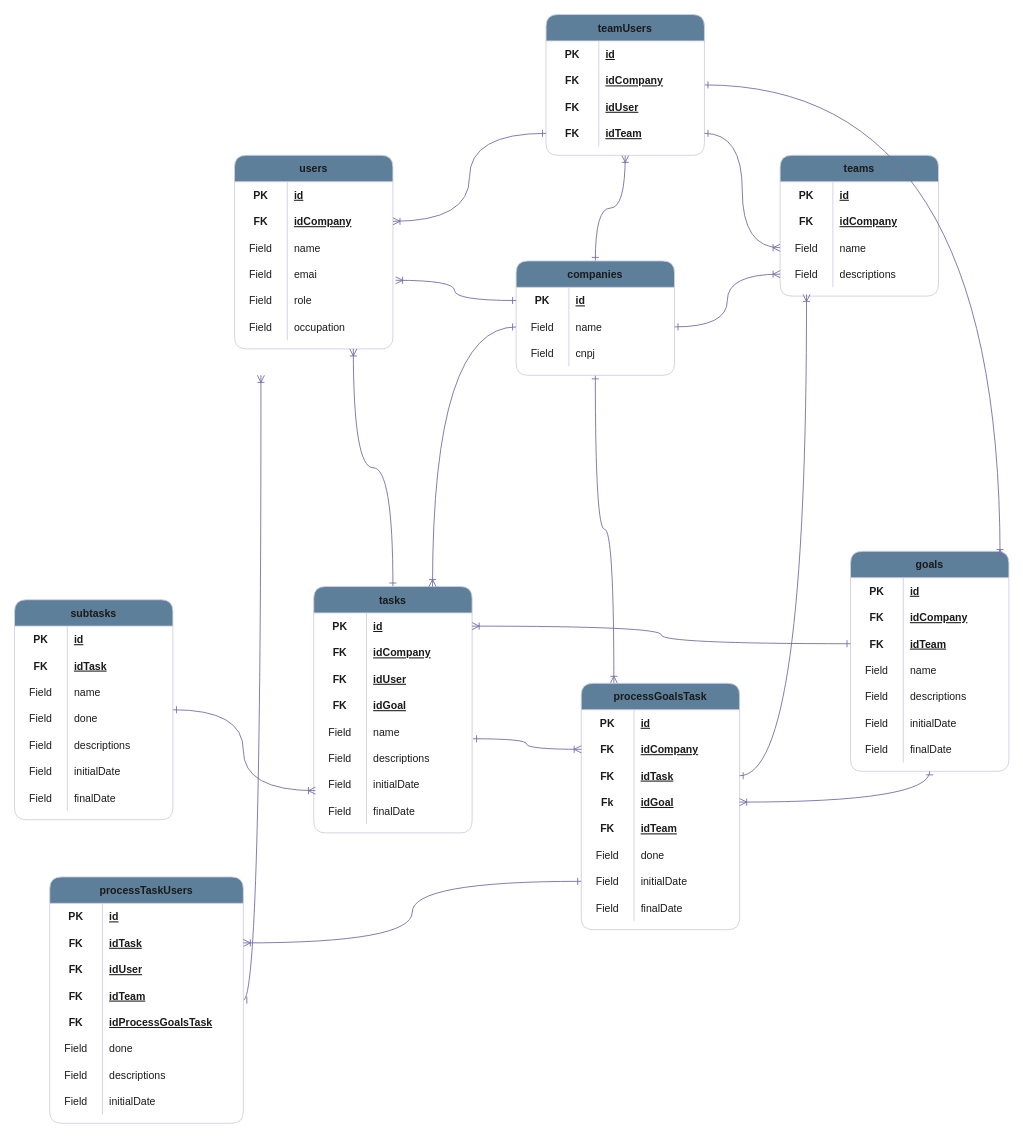
The draw.io diagram docs/modelagem.drawio in Nurv-Holding/beehive, before the edit. Source tidied: cells renumbered, new cells numbered last; positions are measured from the earlier drawing's top-left corner, leaving out a move shared by most shapes. Both pictures are drawn from the tidied source at 88%, with x=0, y=0 at pixel (14, 14).
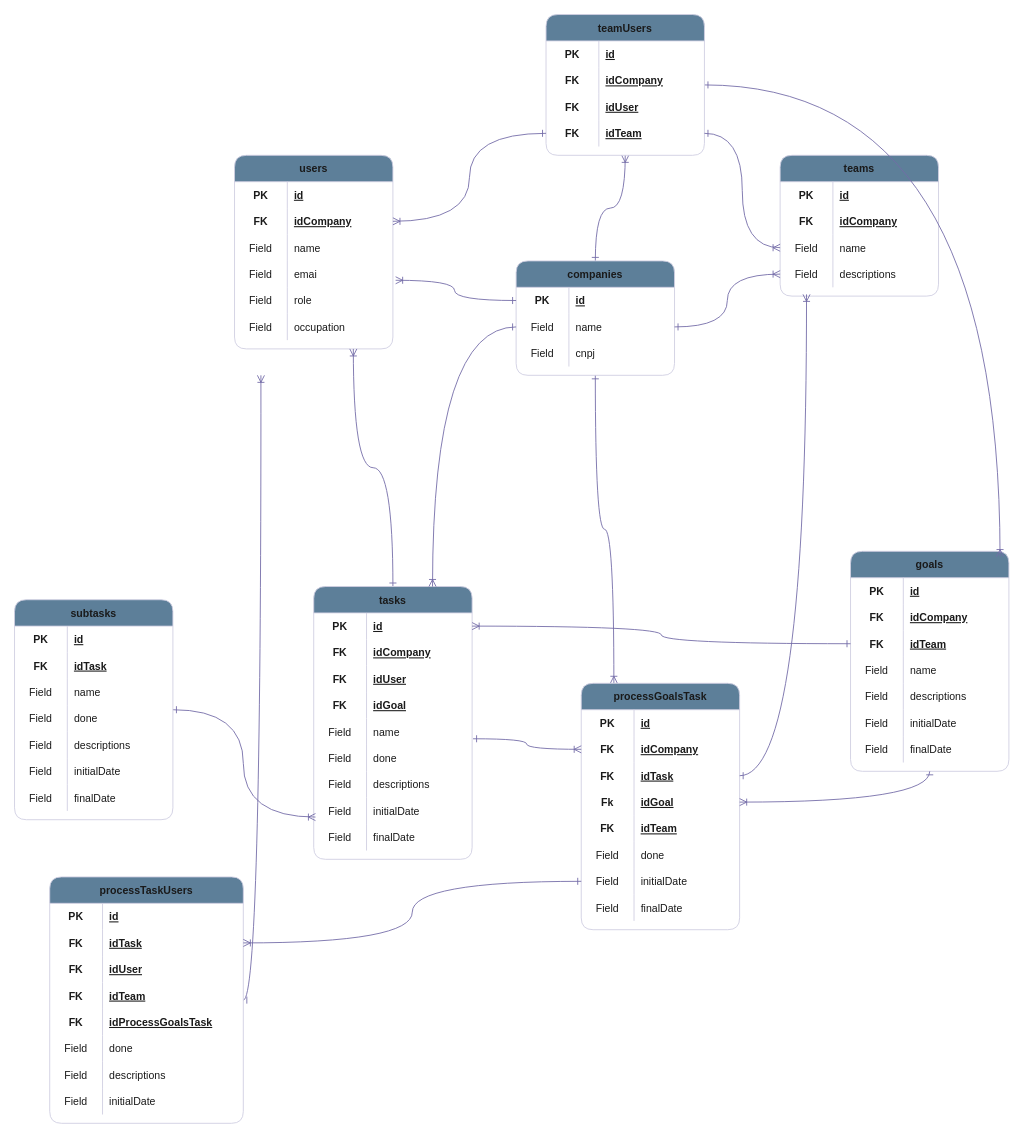
Above is the later version.

Diff of the diagram source:
```diff
@@
     <mxCell id="48" value="tasks" style="shape=table;startSize=30;childLayout=tableLayout;rowLines=0;fontStyle=1;align=center;fillColor=#5D7F99;strokeColor=#D0CEE2;fontColor=#1A1A1A;rounded=1;" parent="1" vertex="1">
-      <mxGeometry x="340" y="650" width="180" height="280" as="geometry" />
+      <mxGeometry x="340" y="650" width="180" height="310" as="geometry" />
     </mxCell>
@@
+    <mxCell id="195" style="shape=tableRow;horizontal=0;startSize=0;swimlaneHead=0;swimlaneBody=0;fillColor=none;top=0;left=0;right=0;bottom=0;strokeColor=#D0CEE2;fontColor=#1A1A1A;rounded=1;" parent="48" vertex="1">
+      <mxGeometry y="180" width="180" height="30" as="geometry" />
+    </mxCell>
+    <mxCell id="196" value="Field" style="shape=partialRectangle;fillColor=none;top=0;left=0;bottom=0;right=0;overflow=hidden;strokeColor=#D0CEE2;fontColor=#1A1A1A;rounded=1;" parent="195" vertex="1">
+      <mxGeometry width="60" height="30" as="geometry" />
+    </mxCell>
+    <mxCell id="197" value="done" style="shape=partialRectangle;fillColor=none;top=0;left=0;bottom=0;right=0;align=left;spacingLeft=6;overflow=hidden;strokeColor=#D0CEE2;fontColor=#1A1A1A;rounded=1;" parent="195" vertex="1">
+      <mxGeometry x="60" width="120" height="30" as="geometry" />
+    </mxCell>
     <mxCell id="64" style="shape=tableRow;horizontal=0;startSize=0;swimlaneHead=0;swimlaneBody=0;fillColor=none;top=0;left=0;right=0;bottom=0;strokeColor=#D0CEE2;fontColor=#1A1A1A;rounded=1;" parent="48" vertex="1">
-      <mxGeometry y="180" width="180" height="30" as="geometry" />
+      <mxGeometry y="210" width="180" height="30" as="geometry" />
     </mxCell>
@@
     <mxCell id="67" style="shape=tableRow;horizontal=0;startSize=0;swimlaneHead=0;swimlaneBody=0;fillColor=none;points=[[0,0.5],[1,0.5]];portConstraint=eastwest;top=0;left=0;right=0;bottom=0;strokeColor=#D0CEE2;fontColor=#1A1A1A;rounded=1;" parent="48" vertex="1">
-      <mxGeometry y="210" width="180" height="30" as="geometry" />
+      <mxGeometry y="240" width="180" height="30" as="geometry" />
     </mxCell>
@@
     <mxCell id="70" style="shape=tableRow;horizontal=0;startSize=0;swimlaneHead=0;swimlaneBody=0;fillColor=none;top=0;left=0;right=0;bottom=0;strokeColor=#D0CEE2;fontColor=#1A1A1A;rounded=1;" parent="48" vertex="1">
-      <mxGeometry y="240" width="180" height="30" as="geometry" />
+      <mxGeometry y="270" width="180" height="30" as="geometry" />
     </mxCell>
```
